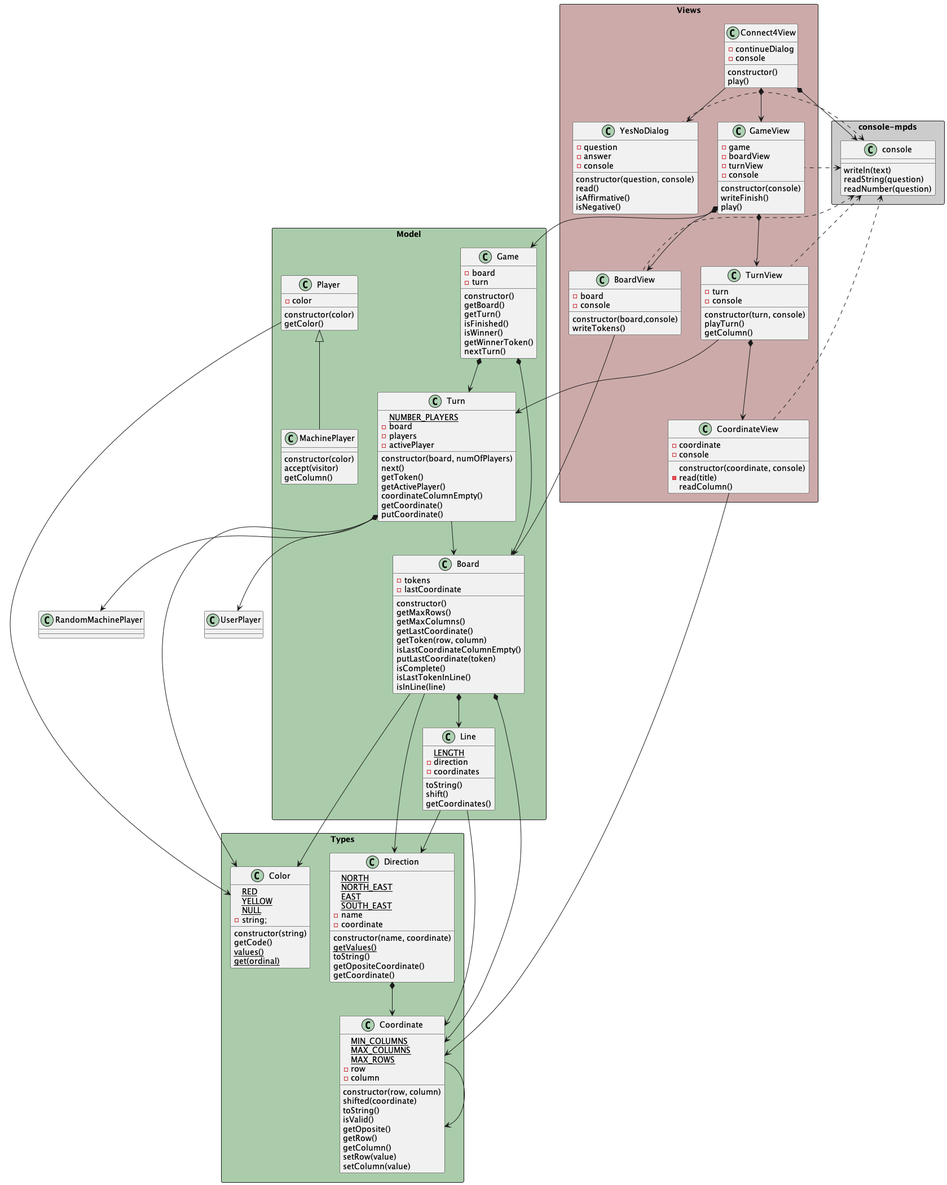
mpaulaherrero/escuelaIT keeps this PlantUML diagram as game-connect4/docs/diagrams/objectOriented/classNotation/class diagram/connect4_constructorFunction_classdiagram.png. Above is the earlier version.
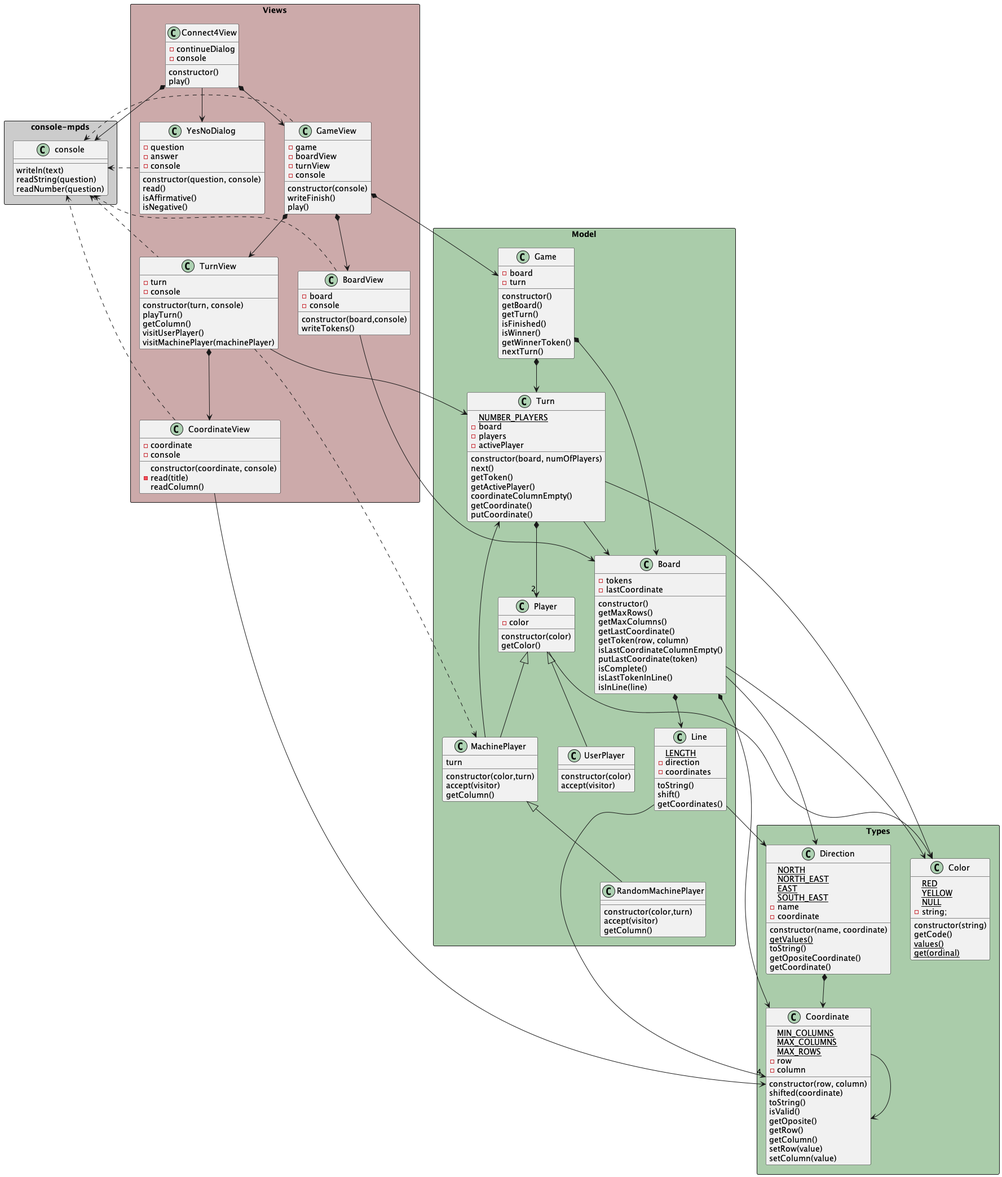
After the change.

Commit message:
machinePlayer relacionado con turno

What changed in the source:
```diff
@@ -96,8 +96,20 @@
         getColor()
     }
 
+    class UserPlayer extends Player{
+        constructor(color)
+        accept(visitor)
+    }
+
     class MachinePlayer extends Player{
-        constructor(color)
+        turn
+        constructor(color,turn)
+        accept(visitor)
+        getColumn()
+    }
+
+    class RandomMachinePlayer extends MachinePlayer{
+        constructor(color,turn)
         accept(visitor)
         getColumn()
     }
@@ -156,6 +168,8 @@
         constructor(turn, console)
         playTurn()
         getColumn()
+        visitUserPlayer()
+        visitMachinePlayer(machinePlayer)
     }
 
     class YesNoDialog {
@@ -175,7 +189,7 @@
 
 Direction *-down-> Coordinate
 
-Line -down-> Coordinate
+Line -down-> "4" Coordinate
 Line -down-> Direction
 
 Board *-down-> Coordinate
@@ -185,10 +199,11 @@
 
 Player -down-> Color
 
+MachinePlayer --> Turn
+
+Turn *-down-> "2" Player
 Turn -down-> Board
 Turn -down-> Color
-Turn *-down-> UserPlayer
-Turn *-down-> RandomMachinePlayer
 
 Game *-down-> Board
 Game *-down-> Turn
@@ -199,6 +214,7 @@
 
 TurnView -down-> Turn
 TurnView *-down-> CoordinateView
+TurnView .-> MachinePlayer
 
 GameView *-down-> Game
 GameView *-down-> BoardView
```
